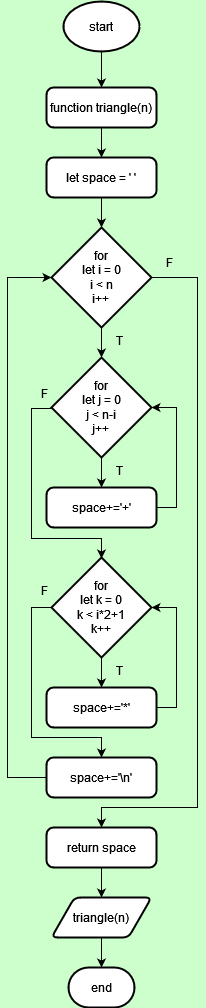
Before: flowchart-diagram/print_triangle_algorithm.drawio.png, a diagram exported from draw.io (Destantomy/Dry-run-algorithm). Source tidied: cells renumbered, new cells last; positions are measured from the earlier drawing's top-left corner, leaving out a move shared by most shapes.
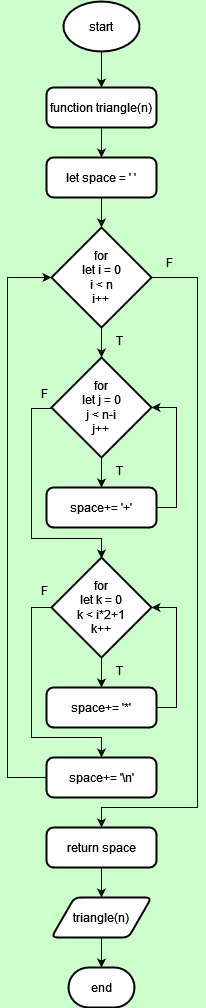
After the commit.

Diff of the diagram source:
```diff
@@ -35,7 +35,7 @@
     <mxCell id="10" value="&lt;div&gt;for&lt;/div&gt;&lt;div&gt;let j = 0&lt;/div&gt;&lt;div&gt;j &amp;lt; n-i&lt;br&gt;&lt;/div&gt;&lt;div&gt;j++&lt;br&gt;&lt;/div&gt;" style="strokeWidth=2;html=1;shape=mxgraph.flowchart.decision;whiteSpace=wrap;strokeColor=#000000;" parent="1" vertex="1">
       <mxGeometry x="44" y="356" width="100" height="100" as="geometry" />
     </mxCell>
-    <mxCell id="11" value="space+='+'" style="rounded=1;whiteSpace=wrap;html=1;absoluteArcSize=1;arcSize=14;strokeWidth=2;strokeColor=#000000;" parent="1" vertex="1">
+    <mxCell id="11" value="space+= '+'" style="rounded=1;whiteSpace=wrap;html=1;absoluteArcSize=1;arcSize=14;strokeWidth=2;strokeColor=#000000;" parent="1" vertex="1">
       <mxGeometry x="39" y="486" width="110" height="40" as="geometry" />
     </mxCell>
     <mxCell id="12" style="edgeStyle=orthogonalEdgeStyle;rounded=0;jettySize=auto;html=1;exitX=0.5;exitY=1;exitDx=0;exitDy=0;exitPerimeter=0;entryX=0.5;entryY=0;entryDx=0;entryDy=0;strokeColor=#000000;" parent="1" edge="1" source="14" target="15">
@@ -53,7 +53,7 @@
     <mxCell id="14" value="&lt;div&gt;for&lt;/div&gt;&lt;div&gt;let k = 0&lt;/div&gt;&lt;div&gt;k &amp;lt; i*2+1&lt;br&gt;&lt;/div&gt;&lt;div&gt;k++&lt;br&gt;&lt;/div&gt;" style="strokeWidth=2;html=1;shape=mxgraph.flowchart.decision;whiteSpace=wrap;strokeColor=#000000;" parent="1" vertex="1">
       <mxGeometry x="44" y="556" width="100" height="100" as="geometry" />
     </mxCell>
-    <mxCell id="15" value="space+='*'" style="rounded=1;whiteSpace=wrap;html=1;absoluteArcSize=1;arcSize=14;strokeWidth=2;strokeColor=#000000;" parent="1" vertex="1">
+    <mxCell id="15" value="space+= '*'" style="rounded=1;whiteSpace=wrap;html=1;absoluteArcSize=1;arcSize=14;strokeWidth=2;strokeColor=#000000;" parent="1" vertex="1">
       <mxGeometry x="39" y="686" width="110" height="40" as="geometry" />
     </mxCell>
     <mxCell id="16" style="edgeStyle=orthogonalEdgeStyle;rounded=0;jettySize=auto;html=1;exitX=0.5;exitY=1;exitDx=0;exitDy=0;entryX=0.5;entryY=0;entryDx=0;entryDy=0;entryPerimeter=0;strokeColor=#000000;" parent="1" edge="1" source="6" target="8">
@@ -79,7 +79,7 @@
     <mxCell id="20" style="edgeStyle=orthogonalEdgeStyle;rounded=0;jettySize=auto;html=1;exitX=1;exitY=0.5;exitDx=0;exitDy=0;entryX=1;entryY=0.5;entryDx=0;entryDy=0;entryPerimeter=0;strokeColor=#000000;" parent="1" edge="1" source="15" target="14">
       <mxGeometry relative="1" as="geometry" />
     </mxCell>
-    <mxCell id="21" value="space+='\n'" style="rounded=1;whiteSpace=wrap;html=1;absoluteArcSize=1;arcSize=14;strokeWidth=2;strokeColor=#000000;" parent="1" vertex="1">
+    <mxCell id="21" value="space+= '\n'" style="rounded=1;whiteSpace=wrap;html=1;absoluteArcSize=1;arcSize=14;strokeWidth=2;strokeColor=#000000;" parent="1" vertex="1">
       <mxGeometry x="39" y="756" width="110" height="40" as="geometry" />
     </mxCell>
     <mxCell id="22" style="edgeStyle=orthogonalEdgeStyle;rounded=0;jettySize=auto;html=1;exitX=0;exitY=0.5;exitDx=0;exitDy=0;entryX=0;entryY=0.5;entryDx=0;entryDy=0;entryPerimeter=0;strokeColor=#000000;" parent="1" edge="1" source="21" target="8">
```
